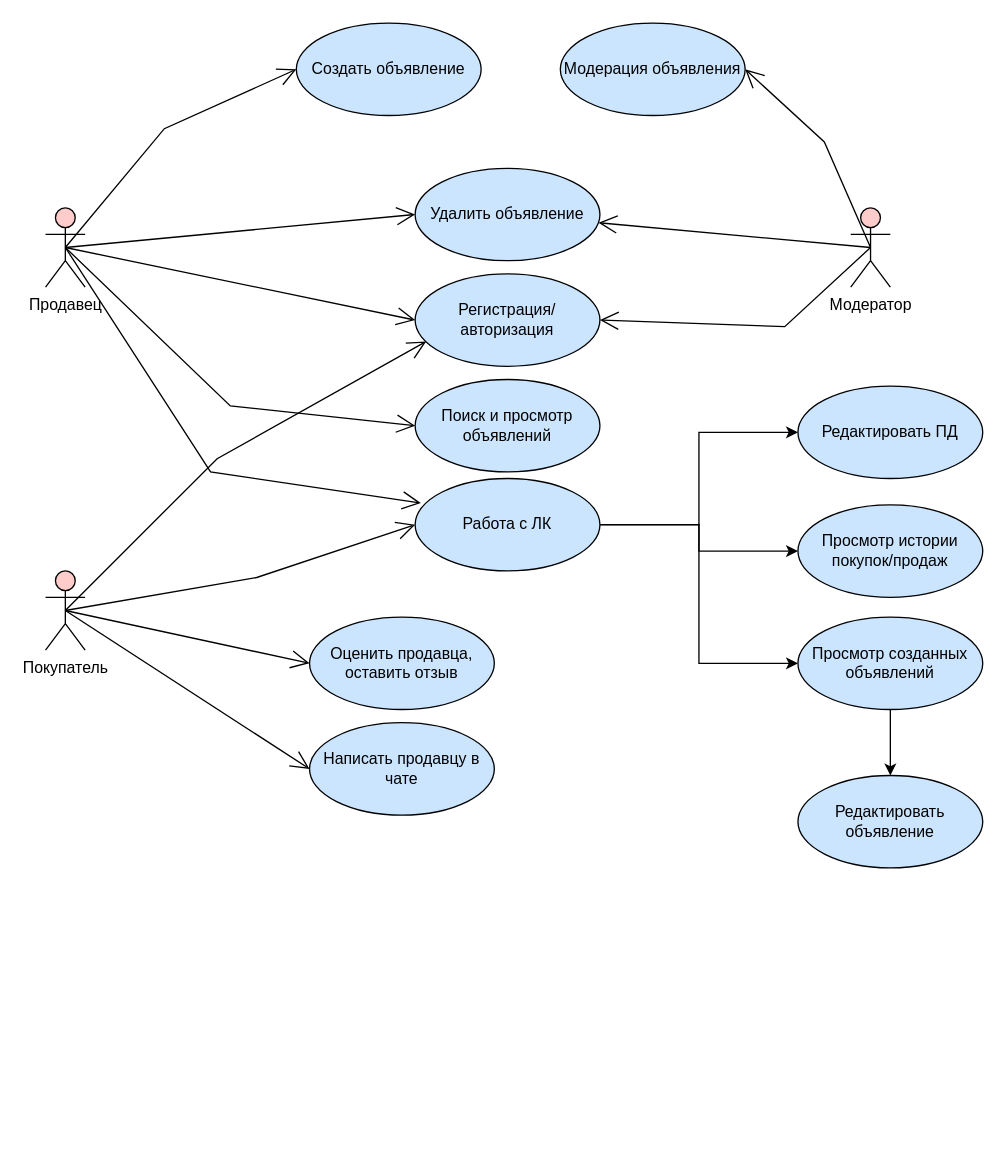
This is docs/UML Диаграмма Сервис Объявлений.drawio from Group2dotNET/Advertising-Service, a draw.io file, before an edit. Source tidied: cells renumbered, new cells numbered last; positions are measured from the earlier drawing's top-left corner, leaving out a move shared by most shapes. Both pictures are drawn from the tidied source at 132%, with x=0, y=0 at pixel (45, 22).
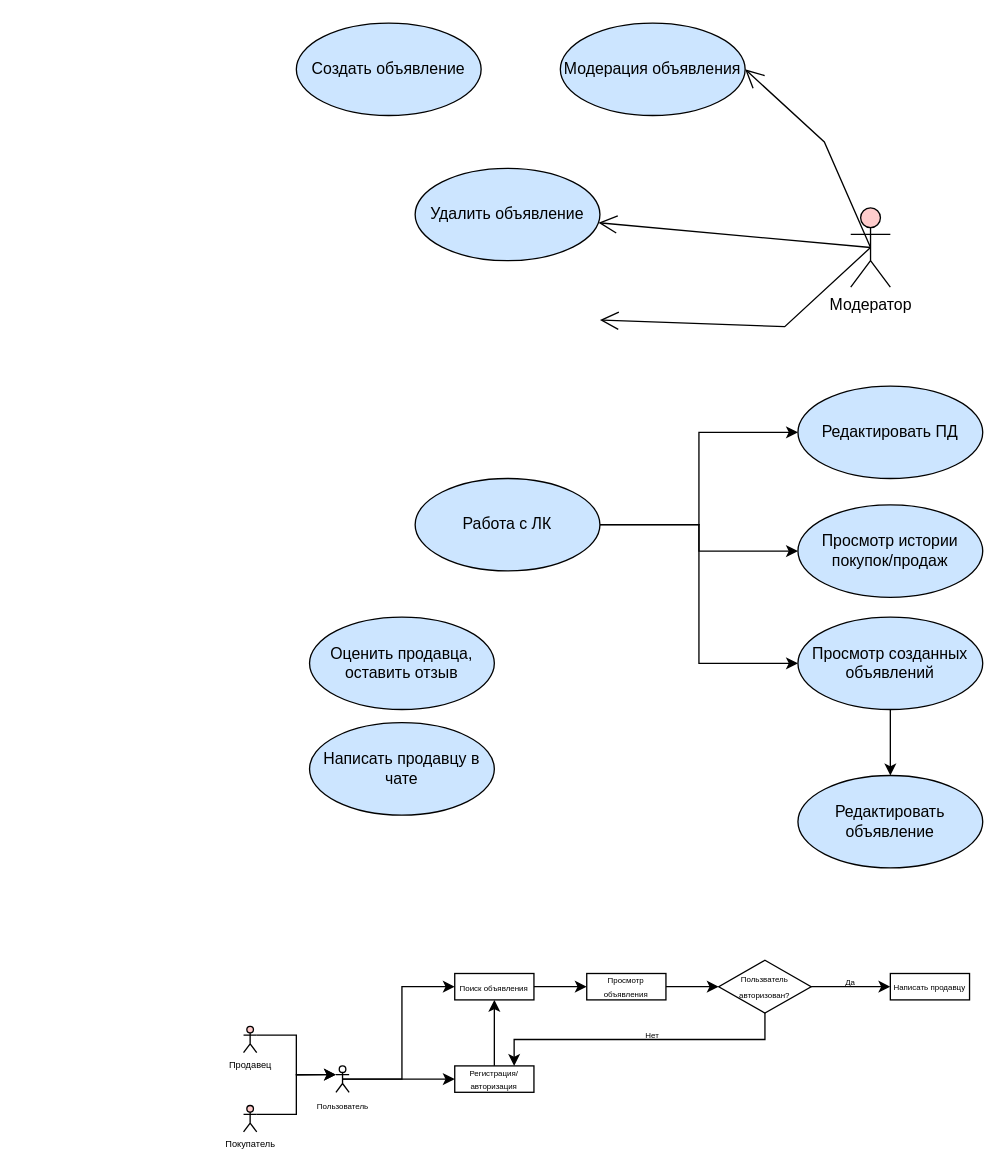
The same page after the edit.

Commit message:
Изменение диаграмы сервиса объявлений

The change refers to these unchanged cells:
```xml
<mxCell id="5" value="Написать продавцу в чате" style="ellipse;whiteSpace=wrap;html=1;fillColor=#CCE5FF;" parent="1" vertex="1">
  <mxGeometry x="200" y="530" width="140" height="70" as="geometry" />
</mxCell>
<mxCell id="6" value="Оценить продавца, оставить отзыв" style="ellipse;whiteSpace=wrap;html=1;fillColor=#CCE5FF;" parent="1" vertex="1">
  <mxGeometry x="200" y="450" width="140" height="70" as="geometry" />
</mxCell>
<mxCell id="7" value="&lt;div&gt;Модератор&lt;/div&gt;" style="shape=umlActor;verticalLabelPosition=bottom;verticalAlign=top;html=1;fillColor=#FFCCCC;" parent="1" vertex="1">
  <mxGeometry x="610" y="140" width="30" height="60" as="geometry" />
</mxCell>
<mxCell id="15" value="Создать объявление" style="ellipse;whiteSpace=wrap;html=1;fillColor=#CCE5FF;" parent="1" vertex="1">
  <mxGeometry x="190" width="140" height="70" as="geometry" />
</mxCell>
<mxCell id="16" value="Удалить объявление" style="ellipse;whiteSpace=wrap;html=1;fillColor=#CCE5FF;" parent="1" vertex="1">
  <mxGeometry x="280" y="110" width="140" height="70" as="geometry" />
</mxCell>
<mxCell id="26" value="Работа с ЛК" style="ellipse;whiteSpace=wrap;html=1;fillColor=#CCE5FF;" parent="1" vertex="1">
  <mxGeometry x="280" y="345" width="140" height="70" as="geometry" />
</mxCell>
```

Diff of the diagram source:
```diff
@@
+    <mxCell id="33" style="edgeStyle=orthogonalEdgeStyle;rounded=0;jettySize=auto;html=1;exitX=1;exitY=0.3333333333333333;exitDx=0;exitDy=0;exitPerimeter=0;entryX=0;entryY=0.3333333333333333;entryDx=0;entryDy=0;entryPerimeter=0;" parent="1" edge="1" source="2" target="37">
+      <mxGeometry relative="1" as="geometry" />
+    </mxCell>
-    <mxCell id="2" value="Продавец&lt;div&gt;&lt;br&gt;&lt;/div&gt;" style="shape=umlActor;verticalLabelPosition=bottom;verticalAlign=top;html=1;fillColor=#FFCCCC;" parent="1" vertex="1">
-      <mxGeometry y="140" width="30" height="60" as="geometry" />
+    <mxCell id="2" value="Продавец" style="shape=umlActor;verticalLabelPosition=bottom;verticalAlign=middle;fillColor=#FFCCCC;fontSize=7;html=1;horizontal=1;" parent="1" vertex="1">
+      <mxGeometry x="150" y="760" width="10" height="20" as="geometry" />
     </mxCell>
-    <mxCell id="3" value="Поиск и просмотр объявлений" style="ellipse;whiteSpace=wrap;html=1;fillColor=#CCE5FF;" parent="1" vertex="1">
-      <mxGeometry x="280" y="270" width="140" height="70" as="geometry" />
-    </mxCell>
-    <mxCell id="4" value="Регистрация/авторизация" style="ellipse;whiteSpace=wrap;html=1;fillColor=#CCE5FF;" parent="1" vertex="1">
-      <mxGeometry x="280" y="190" width="140" height="70" as="geometry" />
-    </mxCell>
@@
-    <mxCell id="8" style="endArrow=open;endFill=1;endSize=12;html=1;rounded=0;exitX=0.5;exitY=0.5;exitDx=0;exitDy=0;exitPerimeter=0;entryX=0;entryY=0.5;entryDx=0;entryDy=0;" parent="1" edge="1" source="2" target="3">
-      <mxGeometry relative="1" as="geometry">
-        <Array as="points">
-          <mxPoint x="140" y="290" />
-        </Array>
-      </mxGeometry>
-    </mxCell>
-    <mxCell id="9" style="endArrow=open;endFill=1;endSize=12;html=1;rounded=0;exitX=0.5;exitY=0.5;exitDx=0;exitDy=0;exitPerimeter=0;entryX=0;entryY=0.5;entryDx=0;entryDy=0;" parent="1" edge="1" source="20" target="6">
-      <mxGeometry relative="1" as="geometry" />
-    </mxCell>
-    <mxCell id="10" style="endArrow=open;endFill=1;endSize=12;html=1;rounded=0;exitX=0.5;exitY=0.5;exitDx=0;exitDy=0;exitPerimeter=0;entryX=0;entryY=0.5;entryDx=0;entryDy=0;" parent="1" edge="1" source="2" target="15">
-      <mxGeometry relative="1" as="geometry">
-        <Array as="points">
-          <mxPoint x="90" y="80" />
-        </Array>
-      </mxGeometry>
-    </mxCell>
-    <mxCell id="11" style="endArrow=open;endFill=1;endSize=12;html=1;rounded=0;exitX=0.5;exitY=0.5;exitDx=0;exitDy=0;exitPerimeter=0;entryX=0;entryY=0.5;entryDx=0;entryDy=0;" parent="1" edge="1" source="2" target="4">
-      <mxGeometry relative="1" as="geometry" />
-    </mxCell>
-    <mxCell id="12" style="endArrow=open;endFill=1;endSize=12;html=1;rounded=0;exitX=0.5;exitY=0.5;exitDx=0;exitDy=0;exitPerimeter=0;entryX=0;entryY=0.5;entryDx=0;entryDy=0;" parent="1" edge="1" source="20" target="5">
-      <mxGeometry relative="1" as="geometry" />
-    </mxCell>
@@
-    <mxCell id="17" style="endArrow=open;endFill=1;endSize=12;html=1;rounded=0;exitX=0.5;exitY=0.5;exitDx=0;exitDy=0;exitPerimeter=0;entryX=0;entryY=0.5;entryDx=0;entryDy=0;" parent="1" edge="1" source="2" target="16">
-      <mxGeometry relative="1" as="geometry" />
-    </mxCell>
@@
-    <mxCell id="19" style="endArrow=open;endFill=1;endSize=12;html=1;rounded=0;exitX=0.5;exitY=0.5;exitDx=0;exitDy=0;exitPerimeter=0;entryX=1;entryY=0.5;entryDx=0;entryDy=0;" parent="1" edge="1" source="7" target="4">
+    <mxCell id="19" style="endArrow=open;endFill=1;endSize=12;html=1;rounded=0;exitX=0.5;exitY=0.5;exitDx=0;exitDy=0;exitPerimeter=0;entryX=1;entryY=0.5;entryDx=0;entryDy=0;" parent="1" edge="1" source="7">
       <mxGeometry relative="1" as="geometry">
+        <mxPoint x="420" y="225" as="targetPoint" />
         <Array as="points">
           <mxPoint x="560" y="230" />
         </Array>
       </mxGeometry>
     </mxCell>
+    <mxCell id="34" style="edgeStyle=orthogonalEdgeStyle;rounded=0;jettySize=auto;html=1;entryX=0;entryY=0.3333333333333333;entryDx=0;entryDy=0;entryPerimeter=0;exitX=1;exitY=0.3333333333333333;exitDx=0;exitDy=0;exitPerimeter=0;" parent="1" edge="1" source="20" target="37">
+      <mxGeometry relative="1" as="geometry">
+        <Array as="points">
+          <mxPoint x="190" y="827" />
+          <mxPoint x="190" y="797" />
+        </Array>
+      </mxGeometry>
+    </mxCell>
-    <mxCell id="20" value="Покупатель" style="shape=umlActor;verticalLabelPosition=bottom;verticalAlign=top;html=1;fillColor=#FFCCCC;" parent="1" vertex="1">
-      <mxGeometry y="415" width="30" height="60" as="geometry" />
+    <mxCell id="20" value="Покупатель" style="shape=umlActor;verticalLabelPosition=bottom;verticalAlign=middle;html=1;fillColor=#FFCCCC;fontSize=7;spacing=2;" parent="1" vertex="1">
+      <mxGeometry x="150" y="820" width="10" height="20" as="geometry" />
     </mxCell>
-    <mxCell id="21" style="endArrow=open;endFill=1;endSize=12;html=1;rounded=0;exitX=0.5;exitY=0.5;exitDx=0;exitDy=0;exitPerimeter=0;entryX=0.06;entryY=0.731;entryDx=0;entryDy=0;entryPerimeter=0;" parent="1" edge="1" source="20" target="4">
-      <mxGeometry relative="1" as="geometry">
-        <Array as="points">
-          <mxPoint x="130" y="330" />
-        </Array>
-      </mxGeometry>
-    </mxCell>
-    <mxCell id="22" style="endArrow=open;endFill=1;endSize=12;html=1;rounded=0;exitX=0.5;exitY=0.5;exitDx=0;exitDy=0;exitPerimeter=0;entryX=0;entryY=0.5;entryDx=0;entryDy=0;" parent="1" edge="1" source="20" target="26">
-      <mxGeometry relative="1" as="geometry">
-        <Array as="points">
-          <mxPoint x="160" y="420" />
-        </Array>
-      </mxGeometry>
-    </mxCell>
@@
-    <mxCell id="31" style="endArrow=open;endFill=1;endSize=12;html=1;rounded=0;exitX=0.5;exitY=0.5;exitDx=0;exitDy=0;exitPerimeter=0;entryX=0.031;entryY=0.266;entryDx=0;entryDy=0;entryPerimeter=0;" parent="1" edge="1" source="2" target="26">
-      <mxGeometry relative="1" as="geometry">
-        <Array as="points">
-          <mxPoint x="125" y="340" />
-        </Array>
-      </mxGeometry>
-    </mxCell>
@@
+    <mxCell id="35" style="edgeStyle=orthogonalEdgeStyle;rounded=0;jettySize=auto;html=1;exitX=0.5;exitY=0.5;exitDx=0;exitDy=0;exitPerimeter=0;entryX=0;entryY=0.5;entryDx=0;entryDy=0;" parent="1" edge="1" source="37" target="40">
+      <mxGeometry relative="1" as="geometry" />
+    </mxCell>
+    <mxCell id="36" style="edgeStyle=orthogonalEdgeStyle;rounded=0;jettySize=auto;html=1;exitX=0.5;exitY=0.5;exitDx=0;exitDy=0;exitPerimeter=0;entryX=0;entryY=0.5;entryDx=0;entryDy=0;" parent="1" edge="1" source="37" target="4">
+      <mxGeometry relative="1" as="geometry" />
+    </mxCell>
+    <mxCell id="37" value="&lt;p style=&quot;line-height: 60%;&quot;&gt;&lt;font style=&quot;font-size: 6px;&quot;&gt;Пользователь&lt;/font&gt;&lt;/p&gt;" style="shape=umlActor;verticalLabelPosition=bottom;verticalAlign=middle;html=1;outlineConnect=0;" parent="1" vertex="1">
+      <mxGeometry x="220" y="790" width="10" height="20" as="geometry" />
+    </mxCell>
+    <mxCell id="38" style="edgeStyle=orthogonalEdgeStyle;rounded=0;jettySize=auto;html=1;" parent="1" edge="1" source="4" target="40">
+      <mxGeometry relative="1" as="geometry" />
+    </mxCell>
+    <mxCell id="4" value="&lt;p style=&quot;line-height: 60%;&quot;&gt;&lt;font style=&quot;font-size: 6px;&quot;&gt;Регистрация/авторизация&lt;/font&gt;&lt;/p&gt;" style="rounded=0;whiteSpace=wrap;html=1;align=center;" parent="1" vertex="1">
+      <mxGeometry x="310" y="790" width="60" height="20" as="geometry" />
+    </mxCell>
+    <mxCell id="39" style="edgeStyle=orthogonalEdgeStyle;rounded=0;jettySize=auto;html=1;" parent="1" edge="1" source="40" target="42">
+      <mxGeometry relative="1" as="geometry" />
+    </mxCell>
+    <mxCell id="40" value="&lt;p style=&quot;line-height: 100%;&quot;&gt;&lt;font style=&quot;font-size: 6px;&quot;&gt;Поиск объявления&lt;/font&gt;&lt;/p&gt;" style="rounded=0;whiteSpace=wrap;html=1;" parent="1" vertex="1">
+      <mxGeometry x="310" y="720" width="60" height="20" as="geometry" />
+    </mxCell>
+    <mxCell id="41" style="edgeStyle=orthogonalEdgeStyle;rounded=0;jettySize=auto;html=1;" parent="1" edge="1" source="42" target="46">
+      <mxGeometry relative="1" as="geometry" />
+    </mxCell>
+    <mxCell id="42" value="&lt;p style=&quot;line-height: 60%;&quot;&gt;&lt;font style=&quot;font-size: 6px;&quot;&gt;Просмотр объявления&lt;/font&gt;&lt;/p&gt;" style="rounded=0;whiteSpace=wrap;html=1;" parent="1" vertex="1">
+      <mxGeometry x="410" y="720" width="60" height="20" as="geometry" />
+    </mxCell>
+    <mxCell id="43" value="&lt;p style=&quot;line-height: 60%;&quot;&gt;&lt;font style=&quot;font-size: 6px;&quot;&gt;Написать продавцу&lt;/font&gt;&lt;/p&gt;" style="rounded=0;whiteSpace=wrap;html=1;" parent="1" vertex="1">
+      <mxGeometry x="640" y="720" width="60" height="20" as="geometry" />
+    </mxCell>
+    <mxCell id="44" style="edgeStyle=orthogonalEdgeStyle;rounded=0;jettySize=auto;html=1;exitX=0.5;exitY=1;exitDx=0;exitDy=0;entryX=0.75;entryY=0;entryDx=0;entryDy=0;" parent="1" edge="1" source="46" target="4">
+      <mxGeometry relative="1" as="geometry" />
+    </mxCell>
+    <mxCell id="45" style="edgeStyle=orthogonalEdgeStyle;rounded=0;jettySize=auto;html=1;" parent="1" edge="1" source="46" target="43">
+      <mxGeometry relative="1" as="geometry" />
+    </mxCell>
+    <mxCell id="46" value="&lt;p style=&quot;line-height: 80%;&quot;&gt;&lt;font style=&quot;font-size: 6px;&quot;&gt;Пользватель авторизован?&lt;/font&gt;&lt;/p&gt;" style="rhombus;whiteSpace=wrap;html=1;" parent="1" vertex="1">
+      <mxGeometry x="510" y="710" width="70" height="40" as="geometry" />
+    </mxCell>
+    <mxCell id="47" value="&lt;font style=&quot;font-size: 6px;&quot;&gt;Нет&lt;/font&gt;" style="text;html=1;align=center;verticalAlign=middle;whiteSpace=wrap;rounded=0;" parent="1" vertex="1">
+      <mxGeometry x="450" y="760" width="20" height="10" as="geometry" />
+    </mxCell>
+    <mxCell id="48" value="&lt;font style=&quot;font-size: 6px;&quot;&gt;Да&lt;/font&gt;" style="text;html=1;align=center;verticalAlign=middle;whiteSpace=wrap;rounded=0;" parent="1" vertex="1">
+      <mxGeometry x="600" y="720" width="20" height="10" as="geometry" />
+    </mxCell>
```
